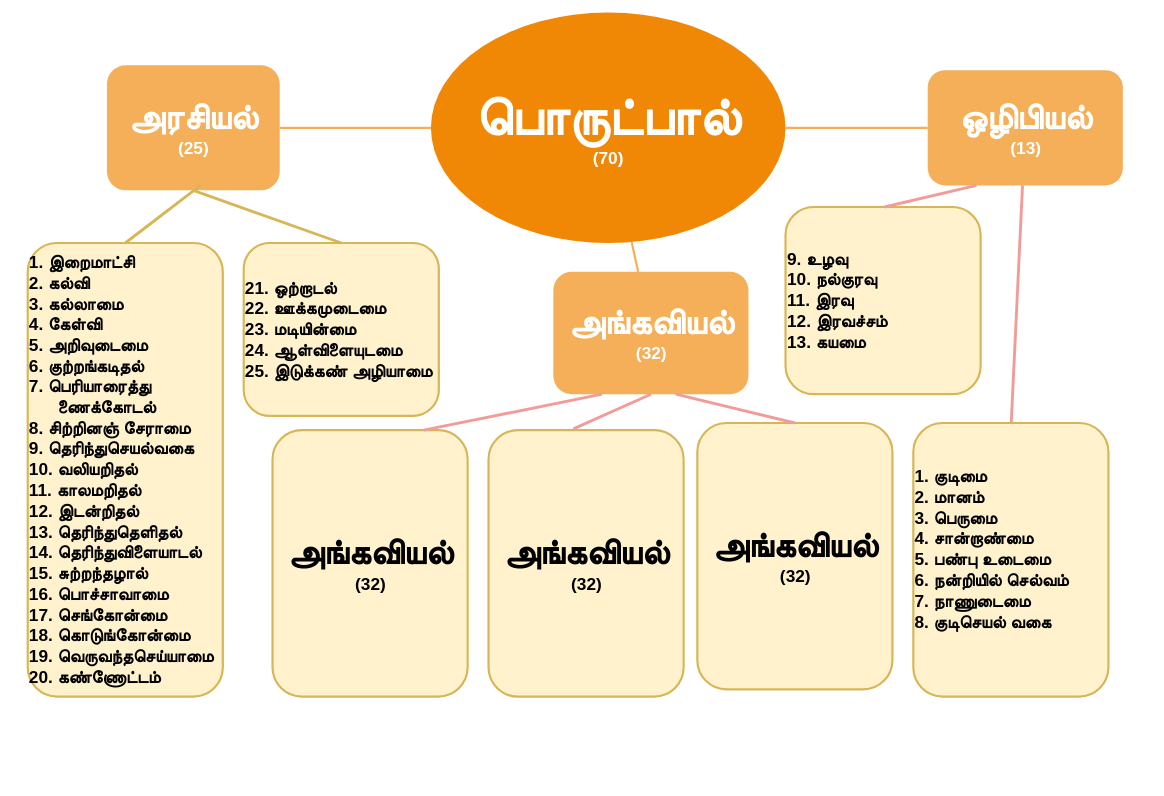
The draw.io diagram page "Section-2" (3 of 3) of Untitled Diagram.drawio in prabasiva/thirukural, before the edit. Source tidied: cells renumbered, new cells numbered last; positions are measured from the earlier drawing's top-left corner, leaving out a move shared by most shapes. Both pictures are drawn from the tidied source at 72%, with x=0, y=0 at pixel (27, 12).
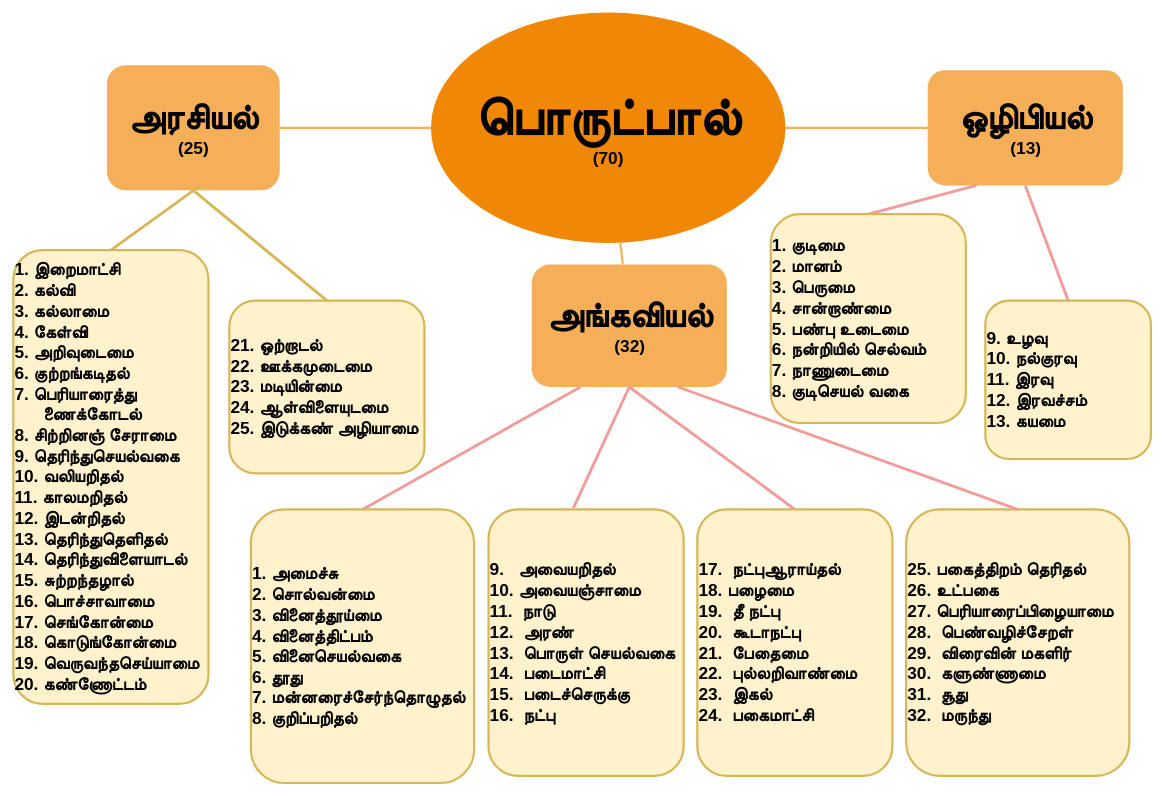
Above is the later version.

Diff of the diagram source:
```diff
@@
-    <mxCell id="2" value="&lt;font&gt;&lt;b&gt;&lt;font&gt;&lt;span style=&quot;font-size: 72px&quot;&gt;பொருட்பால்&lt;/span&gt;&lt;br&gt;&lt;font style=&quot;font-size: 24px&quot;&gt;(70)&lt;/font&gt;&lt;/font&gt;&lt;br&gt;&lt;/b&gt;&lt;/font&gt;" style="ellipse;whiteSpace=wrap;html=1;shadow=0;fontFamily=Helvetica;fontSize=20;fontColor=#FFFFFF;align=center;strokeWidth=3;fillColor=#F08705;strokeColor=none;" parent="1" vertex="1">
+    <mxCell id="2" value="&lt;font&gt;&lt;b&gt;&lt;font color=&quot;#000000&quot;&gt;&lt;span style=&quot;font-size: 72px&quot;&gt;பொருட்பால்&lt;/span&gt;&lt;br&gt;&lt;font style=&quot;font-size: 24px&quot;&gt;(70)&lt;/font&gt;&lt;/font&gt;&lt;br&gt;&lt;/b&gt;&lt;/font&gt;" style="ellipse;whiteSpace=wrap;html=1;shadow=0;fontFamily=Helvetica;fontSize=20;fontColor=#FFFFFF;align=center;strokeWidth=3;fillColor=#F08705;strokeColor=none;" parent="1" vertex="1">
       <mxGeometry x="560" width="492.5" height="320" as="geometry" />
     </mxCell>
-    <mxCell id="3" value="&lt;font color=&quot;#ffffff&quot;&gt;&lt;b&gt;&lt;span style=&quot;font-size: 48px&quot;&gt;அங்கவியல்&lt;/span&gt;&lt;br&gt;&lt;font style=&quot;font-size: 24px&quot;&gt;(32)&lt;/font&gt;&lt;br&gt;&lt;/b&gt;&lt;/font&gt;" style="rounded=1;fillColor=#f5af58;strokeColor=none;strokeWidth=3;shadow=0;html=1;fontColor=#FFFFFF;" parent="1" vertex="1">
-      <mxGeometry x="730" y="360" width="271" height="170" as="geometry" />
+    <mxCell id="3" value="&lt;b&gt;&lt;font color=&quot;#000000&quot;&gt;&lt;span style=&quot;font-size: 48px&quot;&gt;அங்கவியல்&lt;/span&gt;&lt;br&gt;&lt;font style=&quot;font-size: 24px&quot;&gt;(32)&lt;/font&gt;&lt;/font&gt;&lt;br&gt;&lt;/b&gt;" style="rounded=1;fillColor=#f5af58;strokeColor=none;strokeWidth=3;shadow=0;html=1;fontColor=#FFFFFF;" parent="1" vertex="1">
+      <mxGeometry x="700" y="350" width="271" height="170" as="geometry" />
     </mxCell>
-    <mxCell id="4" value="&lt;font&gt;&lt;b&gt;&lt;span style=&quot;font-size: 48px&quot;&gt;அரசியல்&lt;/span&gt;&lt;br&gt;&lt;font style=&quot;font-size: 24px&quot;&gt;(25)&lt;/font&gt;&lt;br&gt;&lt;/b&gt;&lt;/font&gt;" style="rounded=1;fillColor=#f5af58;strokeColor=none;strokeWidth=3;shadow=0;html=1;fontColor=#FFFFFF;" parent="1" vertex="1">
+    <mxCell id="4" value="&lt;font&gt;&lt;b&gt;&lt;font color=&quot;#000000&quot;&gt;&lt;span style=&quot;font-size: 48px&quot;&gt;அரசியல்&lt;/span&gt;&lt;br&gt;&lt;font style=&quot;font-size: 24px&quot;&gt;(25)&lt;/font&gt;&lt;/font&gt;&lt;br&gt;&lt;/b&gt;&lt;/font&gt;" style="rounded=1;fillColor=#f5af58;strokeColor=none;strokeWidth=3;shadow=0;html=1;fontColor=#FFFFFF;" parent="1" vertex="1">
       <mxGeometry x="110" y="73.1" width="240" height="173.8" as="geometry" />
     </mxCell>
@@
-    <mxCell id="7" value="&lt;font color=&quot;#ffffff&quot;&gt;&lt;b&gt;&lt;span style=&quot;font-size: 48px&quot;&gt;ஒழிபியல்&lt;/span&gt;&lt;br&gt;&lt;font style=&quot;font-size: 24px&quot;&gt;(13)&lt;/font&gt;&lt;br&gt;&lt;/b&gt;&lt;/font&gt;" style="rounded=1;fillColor=#f5af58;strokeColor=none;strokeWidth=3;shadow=0;html=1;fontColor=#FFFFFF;" parent="1" vertex="1">
+    <mxCell id="7" value="&lt;b&gt;&lt;font color=&quot;#000000&quot;&gt;&lt;span style=&quot;font-size: 48px&quot;&gt;ஒழிபியல்&lt;/span&gt;&lt;br&gt;&lt;font style=&quot;font-size: 24px&quot;&gt;(13)&lt;/font&gt;&lt;/font&gt;&lt;br&gt;&lt;/b&gt;" style="rounded=1;fillColor=#f5af58;strokeColor=none;strokeWidth=3;shadow=0;html=1;fontColor=#FFFFFF;" parent="1" vertex="1">
       <mxGeometry x="1250" y="80" width="271" height="160" as="geometry" />
     </mxCell>
@@
-    <mxCell id="9" value="&lt;b&gt;&lt;font color=&quot;#000000&quot;&gt;&lt;span style=&quot;font-size: 48px&quot;&gt;அங்கவியல்&lt;/span&gt;&lt;br&gt;&lt;font style=&quot;font-size: 24px&quot;&gt;(32)&lt;/font&gt;&lt;/font&gt;&lt;br&gt;&lt;/b&gt;" style="rounded=1;fillColor=#fff2cc;strokeColor=#d6b656;strokeWidth=3;shadow=0;html=1;" parent="1" vertex="1">
-      <mxGeometry x="340" y="580" width="271" height="370" as="geometry" />
-    </mxCell>
-    <mxCell id="10" value="&lt;b&gt;&lt;font color=&quot;#000000&quot;&gt;&lt;span style=&quot;font-size: 48px&quot;&gt;அங்கவியல்&lt;/span&gt;&lt;br&gt;&lt;font style=&quot;font-size: 24px&quot;&gt;(32)&lt;/font&gt;&lt;/font&gt;&lt;br&gt;&lt;/b&gt;" style="rounded=1;fillColor=#fff2cc;strokeColor=#d6b656;strokeWidth=3;shadow=0;html=1;" parent="1" vertex="1">
-      <mxGeometry x="640" y="580" width="271" height="370" as="geometry" />
+    <mxCell id="10" value="&lt;b style=&quot;font-family: &amp;#34;helvetica&amp;#34;&quot;&gt;&lt;font style=&quot;font-size: 24px&quot;&gt;9. &amp;nbsp; அவையறிதல்&lt;/font&gt;&lt;/b&gt;&lt;b style=&quot;font-family: &amp;#34;helvetica&amp;#34;&quot;&gt;&lt;br&gt;&lt;/b&gt;&lt;b style=&quot;font-family: &amp;#34;helvetica&amp;#34;&quot;&gt;&lt;font style=&quot;font-size: 24px&quot;&gt;10. அவையஞ்சாமை&lt;/font&gt;&lt;/b&gt;&lt;b style=&quot;font-family: &amp;#34;helvetica&amp;#34;&quot;&gt;&lt;br&gt;&lt;/b&gt;&lt;b style=&quot;font-family: &amp;#34;helvetica&amp;#34;&quot;&gt;&lt;font style=&quot;font-size: 24px&quot;&gt;11. &amp;nbsp;நாடு&lt;/font&gt;&lt;/b&gt;&lt;b style=&quot;font-family: &amp;#34;helvetica&amp;#34;&quot;&gt;&lt;br&gt;&lt;/b&gt;&lt;b style=&quot;font-family: &amp;#34;helvetica&amp;#34;&quot;&gt;&lt;font style=&quot;font-size: 24px&quot;&gt;12. &amp;nbsp;அரண்&lt;/font&gt;&lt;/b&gt;&lt;b style=&quot;font-family: &amp;#34;helvetica&amp;#34;&quot;&gt;&lt;br&gt;&lt;/b&gt;&lt;b style=&quot;font-family: &amp;#34;helvetica&amp;#34;&quot;&gt;&lt;font style=&quot;font-size: 24px&quot;&gt;13. &amp;nbsp;பொருள் செயல்வகை&lt;br&gt;&lt;/font&gt;&lt;/b&gt;&lt;b style=&quot;font-family: &amp;#34;helvetica&amp;#34;&quot;&gt;&lt;font style=&quot;font-size: 24px&quot;&gt;14. &amp;nbsp;படைமாட்சி&lt;br&gt;&lt;/font&gt;&lt;/b&gt;&lt;b style=&quot;font-family: &amp;#34;helvetica&amp;#34;&quot;&gt;&lt;font style=&quot;font-size: 24px&quot;&gt;15. &amp;nbsp;&lt;/font&gt;&lt;/b&gt;&lt;b style=&quot;font-family: &amp;#34;helvetica&amp;#34;&quot;&gt;&lt;font style=&quot;font-size: 24px&quot;&gt;படைச்செருக்கு&lt;/font&gt;&lt;/b&gt;&lt;b style=&quot;font-family: &amp;#34;helvetica&amp;#34;&quot;&gt;&lt;br&gt;&lt;div&gt;&lt;b&gt;&lt;font style=&quot;font-size: 24px&quot;&gt;16. &amp;nbsp;நட்பு&lt;/font&gt;&lt;/b&gt;&lt;/div&gt;&lt;/b&gt;" style="rounded=1;fillColor=#fff2cc;strokeColor=#d6b656;strokeWidth=3;shadow=0;html=1;align=left;" parent="1" vertex="1">
+      <mxGeometry x="640" y="690" width="271" height="370" as="geometry" />
     </mxCell>
-    <mxCell id="11" value="&lt;b&gt;&lt;font color=&quot;#000000&quot;&gt;&lt;span style=&quot;font-size: 48px&quot;&gt;அங்கவியல்&lt;/span&gt;&lt;br&gt;&lt;font style=&quot;font-size: 24px&quot;&gt;(32)&lt;/font&gt;&lt;/font&gt;&lt;br&gt;&lt;/b&gt;" style="rounded=1;fillColor=#fff2cc;strokeColor=#d6b656;strokeWidth=3;shadow=0;html=1;" parent="1" vertex="1">
-      <mxGeometry x="930" y="570" width="271" height="370" as="geometry" />
+    <mxCell id="11" value="&lt;b style=&quot;font-family: &amp;#34;helvetica&amp;#34;&quot;&gt;&lt;font style=&quot;font-size: 24px&quot;&gt;17. &amp;nbsp;நட்புஆராய்தல்&lt;/font&gt;&lt;/b&gt;&lt;b style=&quot;font-family: &amp;#34;helvetica&amp;#34;&quot;&gt;&lt;br&gt;&lt;/b&gt;&lt;b style=&quot;font-family: &amp;#34;helvetica&amp;#34;&quot;&gt;&lt;font style=&quot;font-size: 24px&quot;&gt;18. பழைமை&lt;/font&gt;&lt;/b&gt;&lt;b style=&quot;font-family: &amp;#34;helvetica&amp;#34;&quot;&gt;&lt;br&gt;&lt;/b&gt;&lt;b style=&quot;font-family: &amp;#34;helvetica&amp;#34;&quot;&gt;&lt;font style=&quot;font-size: 24px&quot;&gt;19. &amp;nbsp;தீ நட்பு&lt;/font&gt;&lt;/b&gt;&lt;b style=&quot;font-family: &amp;#34;helvetica&amp;#34;&quot;&gt;&lt;br&gt;&lt;/b&gt;&lt;b style=&quot;font-family: &amp;#34;helvetica&amp;#34;&quot;&gt;&lt;font style=&quot;font-size: 24px&quot;&gt;20. &amp;nbsp;கூடாநட்பு&lt;/font&gt;&lt;/b&gt;&lt;b style=&quot;font-family: &amp;#34;helvetica&amp;#34;&quot;&gt;&lt;br&gt;&lt;/b&gt;&lt;b style=&quot;font-family: &amp;#34;helvetica&amp;#34;&quot;&gt;&lt;font style=&quot;font-size: 24px&quot;&gt;21. &amp;nbsp;பேதைமை&lt;br&gt;&lt;/font&gt;&lt;/b&gt;&lt;b style=&quot;font-family: &amp;#34;helvetica&amp;#34;&quot;&gt;&lt;font style=&quot;font-size: 24px&quot;&gt;22. &amp;nbsp;புல்லறிவாண்மை&lt;br&gt;&lt;/font&gt;&lt;/b&gt;&lt;b style=&quot;font-family: &amp;#34;helvetica&amp;#34;&quot;&gt;&lt;font style=&quot;font-size: 24px&quot;&gt;23. &amp;nbsp;இகல்&lt;/font&gt;&lt;/b&gt;&lt;b style=&quot;font-family: &amp;#34;helvetica&amp;#34;&quot;&gt;&lt;br&gt;&lt;div&gt;&lt;b&gt;&lt;font style=&quot;font-size: 24px&quot;&gt;24. &amp;nbsp;பகைமாட்சி&lt;/font&gt;&lt;/b&gt;&lt;/div&gt;&lt;/b&gt;" style="rounded=1;fillColor=#fff2cc;strokeColor=#d6b656;strokeWidth=3;shadow=0;html=1;align=left;" parent="1" vertex="1">
+      <mxGeometry x="930" y="690" width="271" height="370" as="geometry" />
     </mxCell>
     <mxCell id="12" value="&lt;span style=&quot;font-family: &amp;#34;helvetica&amp;#34;&quot;&gt;&lt;b&gt;&lt;font style=&quot;font-size: 24px&quot;&gt;1. இறைமாட்சி&lt;br&gt;2. கல்வி&lt;br&gt;3. கல்லாமை&lt;br&gt;4. கேள்வி&lt;br&gt;5. அறிவுடைமை&lt;br&gt;6. குற்றங்கடிதல்&lt;br&gt;7. பெரியாரைத்து&lt;br&gt;&amp;nbsp; &amp;nbsp; &amp;nbsp; ணைக்கோடல்&lt;br&gt;8. சிற்றினஞ் சேராமை&lt;br&gt;9. தெரிந்துசெயல்வகை&lt;br&gt;10. வலியறிதல்&lt;br&gt;11. காலமறிதல்&lt;br&gt;12. இடன்றிதல்&lt;br&gt;13. தெரிந்துதெளிதல்&lt;br&gt;14. தெரிந்துவிளையாடல்&lt;br&gt;15. சுற்றந்தழால்&amp;nbsp;&lt;br&gt;16. பொச்சாவாமை&lt;br&gt;17. செங்கோன்மை&lt;br&gt;18. கொடுங்கோன்மை&lt;br&gt;19. வெருவந்தசெய்யாமை&lt;br&gt;20. கண்ணோட்டம்&lt;br&gt;&lt;/font&gt;&lt;/b&gt;&lt;/span&gt;" style="rounded=1;fillColor=#fff2cc;strokeColor=#d6b656;strokeWidth=3;shadow=0;html=1;align=left;" parent="1" vertex="1">
-      <mxGeometry y="320" width="271" height="630" as="geometry" />
+      <mxGeometry x="-20" y="330" width="271" height="630" as="geometry" />
     </mxCell>
     <mxCell id="13" value="&lt;b style=&quot;font-family: &amp;#34;helvetica&amp;#34;&quot;&gt;&lt;font style=&quot;font-size: 24px&quot;&gt;9. உழவு&lt;br&gt;10. நல்குரவு&lt;br&gt;11. இரவு&lt;br&gt;12. இரவச்சம்&lt;br&gt;13. கயமை&lt;br&gt;&lt;/font&gt;&lt;/b&gt;" style="rounded=1;fillColor=#fff2cc;strokeColor=#d6b656;strokeWidth=3;shadow=0;html=1;align=left;" parent="1" vertex="1">
-      <mxGeometry x="1052.5" y="270" width="271" height="260" as="geometry" />
+      <mxGeometry x="1330" y="400" width="230" height="220" as="geometry" />
     </mxCell>
@@
-    <mxCell id="15" style="endArrow=none;html=1;strokeColor=#F19C99;strokeWidth=4;entryX=0.25;entryY=1;entryDx=0;entryDy=0;" parent="1" edge="1" target="3">
-      <mxGeometry relative="1" as="geometry">
-        <mxPoint x="550" y="580" as="sourcePoint" />
-      </mxGeometry>
+    <mxCell id="15" style="endArrow=none;html=1;strokeColor=#F19C99;strokeWidth=4;entryX=0.25;entryY=1;entryDx=0;entryDy=0;exitX=0.5;exitY=0;exitDx=0;exitDy=0;" parent="1" edge="1" source="23" target="3">
+      <mxGeometry relative="1" as="geometry" />
     </mxCell>
@@
-    <mxCell id="17" style="endArrow=none;html=1;strokeColor=#F19C99;strokeWidth=4;exitX=0.5;exitY=0;exitDx=0;exitDy=0;" parent="1" edge="1" source="11">
-      <mxGeometry relative="1" as="geometry">
-        <mxPoint x="900" y="530" as="targetPoint" />
-      </mxGeometry>
+    <mxCell id="17" style="endArrow=none;html=1;strokeColor=#F19C99;strokeWidth=4;exitX=0.5;exitY=0;exitDx=0;exitDy=0;entryX=0.5;entryY=1;entryDx=0;entryDy=0;" parent="1" edge="1" source="11" target="3">
+      <mxGeometry relative="1" as="geometry" />
     </mxCell>
-    <mxCell id="18" style="endArrow=none;html=1;strokeColor=#F19C99;strokeWidth=4;entryX=0.25;entryY=1;entryDx=0;entryDy=0;" parent="1" edge="1" target="7">
-      <mxGeometry relative="1" as="geometry">
-        <mxPoint x="1190" y="270" as="sourcePoint" />
-      </mxGeometry>
+    <mxCell id="18" style="endArrow=none;html=1;strokeColor=#F19C99;strokeWidth=4;entryX=0.25;entryY=1;entryDx=0;entryDy=0;exitX=0.5;exitY=0;exitDx=0;exitDy=0;" parent="1" edge="1" source="22" target="7">
+      <mxGeometry relative="1" as="geometry" />
     </mxCell>
-    <mxCell id="19" style="endArrow=none;html=1;strokeColor=#F19C99;strokeWidth=4;exitX=0.5;exitY=0;exitDx=0;exitDy=0;" parent="1" edge="1" target="7">
-      <mxGeometry relative="1" as="geometry">
-        <mxPoint x="1365.5" y="580" as="sourcePoint" />
-      </mxGeometry>
-    </mxCell>
     <mxCell id="20" value="&lt;span style=&quot;font-family: &amp;#34;helvetica&amp;#34;&quot;&gt;&lt;b&gt;&lt;font style=&quot;font-size: 24px&quot;&gt;21. ஒற்றாடல்&lt;br&gt;22. ஊக்கமுடைமை&lt;br&gt;23. மடியின்மை&amp;nbsp;&lt;br&gt;24. ஆள்விளையுடமை&lt;br&gt;25. இடுக்கண் அழியாமை&lt;br&gt;&lt;/font&gt;&lt;/b&gt;&lt;/span&gt;" style="rounded=1;fillColor=#fff2cc;strokeColor=#d6b656;strokeWidth=3;shadow=0;html=1;align=left;" parent="1" vertex="1">
-      <mxGeometry x="300" y="320" width="271" height="240" as="geometry" />
+      <mxGeometry x="280" y="400" width="271" height="240" as="geometry" />
     </mxCell>
@@
+    <mxCell id="23" value="&lt;blockquote style=&quot;margin: 0 0 0 40px ; border: none ; padding: 0px&quot;&gt;&lt;/blockquote&gt;&lt;b&gt;&lt;span style=&quot;font-family: &amp;#34;helvetica&amp;#34;&quot;&gt;&lt;font style=&quot;font-size: 24px&quot;&gt;1. அமைச்சு&lt;/font&gt;&lt;/span&gt;&lt;span style=&quot;font-family: &amp;#34;helvetica&amp;#34;&quot;&gt;&lt;br&gt;&lt;/span&gt;&lt;span style=&quot;font-family: &amp;#34;helvetica&amp;#34;&quot;&gt;&lt;font style=&quot;font-size: 24px&quot;&gt;2. சொல்வன்மை&lt;/font&gt;&lt;/span&gt;&lt;span style=&quot;font-family: &amp;#34;helvetica&amp;#34;&quot;&gt;&lt;br&gt;&lt;/span&gt;&lt;span style=&quot;font-family: &amp;#34;helvetica&amp;#34;&quot;&gt;&lt;font style=&quot;font-size: 24px&quot;&gt;3. வினைத்தூய்மை&lt;/font&gt;&lt;/span&gt;&lt;span style=&quot;font-family: &amp;#34;helvetica&amp;#34;&quot;&gt;&lt;br&gt;&lt;/span&gt;&lt;span style=&quot;font-family: &amp;#34;helvetica&amp;#34;&quot;&gt;&lt;font style=&quot;font-size: 24px&quot;&gt;4. வினைத்திட்பம்&lt;/font&gt;&lt;/span&gt;&lt;span style=&quot;font-family: &amp;#34;helvetica&amp;#34;&quot;&gt;&lt;br&gt;&lt;/span&gt;&lt;span style=&quot;font-family: &amp;#34;helvetica&amp;#34;&quot;&gt;&lt;font style=&quot;font-size: 24px&quot;&gt;5. வினைசெயல்வகை&lt;/font&gt;&lt;/span&gt;&lt;span style=&quot;font-family: &amp;#34;helvetica&amp;#34;&quot;&gt;&lt;br&gt;&lt;/span&gt;&lt;span style=&quot;font-family: &amp;#34;helvetica&amp;#34;&quot;&gt;&lt;font style=&quot;font-size: 24px&quot;&gt;6. தூது&lt;/font&gt;&lt;/span&gt;&lt;span style=&quot;font-family: &amp;#34;helvetica&amp;#34;&quot;&gt;&lt;br&gt;&lt;/span&gt;&lt;span style=&quot;font-family: &amp;#34;helvetica&amp;#34;&quot;&gt;&lt;font style=&quot;font-size: 24px&quot;&gt;7. மன்னரைச்சேர்ந்தொழுதல்&lt;/font&gt;&lt;/span&gt;&lt;span style=&quot;font-family: &amp;#34;helvetica&amp;#34;&quot;&gt;&lt;br&gt;&lt;/span&gt;&lt;span style=&quot;font-family: &amp;#34;helvetica&amp;#34;&quot;&gt;&lt;font style=&quot;font-size: 24px&quot;&gt;8. குறிப்பறிதல்&lt;/font&gt;&lt;/span&gt;&lt;/b&gt;&lt;b style=&quot;font-family: &amp;#34;helvetica&amp;#34;&quot;&gt;&lt;br&gt;&lt;/b&gt;&lt;blockquote style=&quot;margin: 0 0 0 40px ; border: none ; padding: 0px&quot;&gt;&lt;/blockquote&gt;&lt;blockquote style=&quot;margin: 0 0 0 40px ; border: none ; padding: 0px&quot;&gt;&lt;/blockquote&gt;&lt;blockquote style=&quot;margin: 0 0 0 40px ; border: none ; padding: 0px&quot;&gt;&lt;/blockquote&gt;&lt;blockquote style=&quot;margin: 0 0 0 40px ; border: none ; padding: 0px&quot;&gt;&lt;/blockquote&gt;&lt;blockquote style=&quot;margin: 0 0 0 40px ; border: none ; padding: 0px&quot;&gt;&lt;/blockquote&gt;&lt;blockquote style=&quot;margin: 0 0 0 40px ; border: none ; padding: 0px&quot;&gt;&lt;/blockquote&gt;" style="rounded=1;fillColor=#fff2cc;strokeColor=#d6b656;strokeWidth=3;shadow=0;html=1;align=left;" parent="1" vertex="1">
+      <mxGeometry x="310" y="690" width="310" height="380" as="geometry" />
+    </mxCell>
-    <mxCell id="22" value="&lt;span style=&quot;font-family: &amp;#34;helvetica&amp;#34;&quot;&gt;&lt;b&gt;&lt;font style=&quot;font-size: 24px&quot;&gt;1. குடிமை&lt;br&gt;2. மானம்&lt;br&gt;3. பெருமை&lt;br&gt;4. சான்றாண்மை&lt;br&gt;5. பண்பு உடைமை&lt;br&gt;6. நன்றியில் செல்வம்&lt;br&gt;7. நாணுடைமை&lt;br&gt;8. குடிசெயல் வகை&lt;br&gt;&lt;br&gt;&lt;/font&gt;&lt;/b&gt;&lt;/span&gt;" style="rounded=1;fillColor=#fff2cc;strokeColor=#d6b656;strokeWidth=3;shadow=0;html=1;align=left;" parent="1" vertex="1">
-      <mxGeometry x="1230" y="570" width="271" height="380" as="geometry" />
+    <mxCell id="22" value="&lt;span style=&quot;font-family: &amp;#34;helvetica&amp;#34;&quot;&gt;&lt;b&gt;&lt;font style=&quot;font-size: 24px&quot;&gt;&lt;br&gt;1. குடிமை&lt;br&gt;2. மானம்&lt;br&gt;3. பெருமை&lt;br&gt;4. சான்றாண்மை&lt;br&gt;5. பண்பு உடைமை&lt;br&gt;6. நன்றியில் செல்வம்&lt;br&gt;7. நாணுடைமை&lt;br&gt;8. குடிசெயல் வகை&lt;br&gt;&lt;br&gt;&lt;/font&gt;&lt;/b&gt;&lt;/span&gt;" style="rounded=1;fillColor=#fff2cc;strokeColor=#d6b656;strokeWidth=3;shadow=0;html=1;align=left;" parent="1" vertex="1">
+      <mxGeometry x="1032" y="280" width="271" height="290" as="geometry" />
     </mxCell>
+    <mxCell id="24" value="&lt;b style=&quot;font-family: &amp;#34;helvetica&amp;#34;&quot;&gt;&lt;font style=&quot;font-size: 24px&quot;&gt;25. பகைத்திறம் தெரிதல்&lt;/font&gt;&lt;/b&gt;&lt;b style=&quot;font-family: &amp;#34;helvetica&amp;#34;&quot;&gt;&lt;br&gt;&lt;/b&gt;&lt;b style=&quot;font-family: &amp;#34;helvetica&amp;#34;&quot;&gt;&lt;font style=&quot;font-size: 24px&quot;&gt;26. உட்பகை&lt;br&gt;&lt;/font&gt;&lt;/b&gt;&lt;b style=&quot;font-family: &amp;#34;helvetica&amp;#34;&quot;&gt;&lt;font style=&quot;font-size: 24px&quot;&gt;27. பெரியாரைப்பிழையாமை&lt;br&gt;&lt;/font&gt;&lt;/b&gt;&lt;b style=&quot;font-family: &amp;#34;helvetica&amp;#34;&quot;&gt;&lt;font style=&quot;font-size: 24px&quot;&gt;28. &amp;nbsp;பெண்வழிச்சேறள்&lt;/font&gt;&lt;/b&gt;&lt;b style=&quot;font-family: &amp;#34;helvetica&amp;#34;&quot;&gt;&lt;br&gt;&lt;/b&gt;&lt;b style=&quot;font-family: &amp;#34;helvetica&amp;#34;&quot;&gt;&lt;font style=&quot;font-size: 24px&quot;&gt;29. &amp;nbsp;விரைவின் மகளிர்&lt;br&gt;&lt;/font&gt;&lt;/b&gt;&lt;b style=&quot;font-family: &amp;#34;helvetica&amp;#34;&quot;&gt;&lt;font style=&quot;font-size: 24px&quot;&gt;30. &amp;nbsp;களுண்ணாமை&lt;br&gt;&lt;/font&gt;&lt;/b&gt;&lt;b style=&quot;font-family: &amp;#34;helvetica&amp;#34;&quot;&gt;&lt;font style=&quot;font-size: 24px&quot;&gt;31. &amp;nbsp;சூது&lt;/font&gt;&lt;/b&gt;&lt;b style=&quot;font-family: &amp;#34;helvetica&amp;#34;&quot;&gt;&lt;br&gt;&lt;div&gt;&lt;b&gt;&lt;font style=&quot;font-size: 24px&quot;&gt;32. &amp;nbsp;மருந்து&lt;/font&gt;&lt;/b&gt;&lt;/div&gt;&lt;/b&gt;" style="rounded=1;fillColor=#fff2cc;strokeColor=#d6b656;strokeWidth=3;shadow=0;html=1;align=left;" parent="1" vertex="1">
+      <mxGeometry x="1220" y="690" width="310" height="370" as="geometry" />
+    </mxCell>
+    <mxCell id="25" style="endArrow=none;html=1;strokeColor=#F19C99;strokeWidth=4;entryX=0.5;entryY=1;entryDx=0;entryDy=0;exitX=0.5;exitY=0;exitDx=0;exitDy=0;" parent="1" edge="1" source="13" target="7">
+      <mxGeometry relative="1" as="geometry" />
+    </mxCell>
+    <mxCell id="26" style="endArrow=none;html=1;strokeColor=#F19C99;strokeWidth=4;exitX=0.5;exitY=0;exitDx=0;exitDy=0;entryX=0.75;entryY=1;entryDx=0;entryDy=0;" parent="1" edge="1" source="24" target="3">
+      <mxGeometry relative="1" as="geometry" />
+    </mxCell>
```
